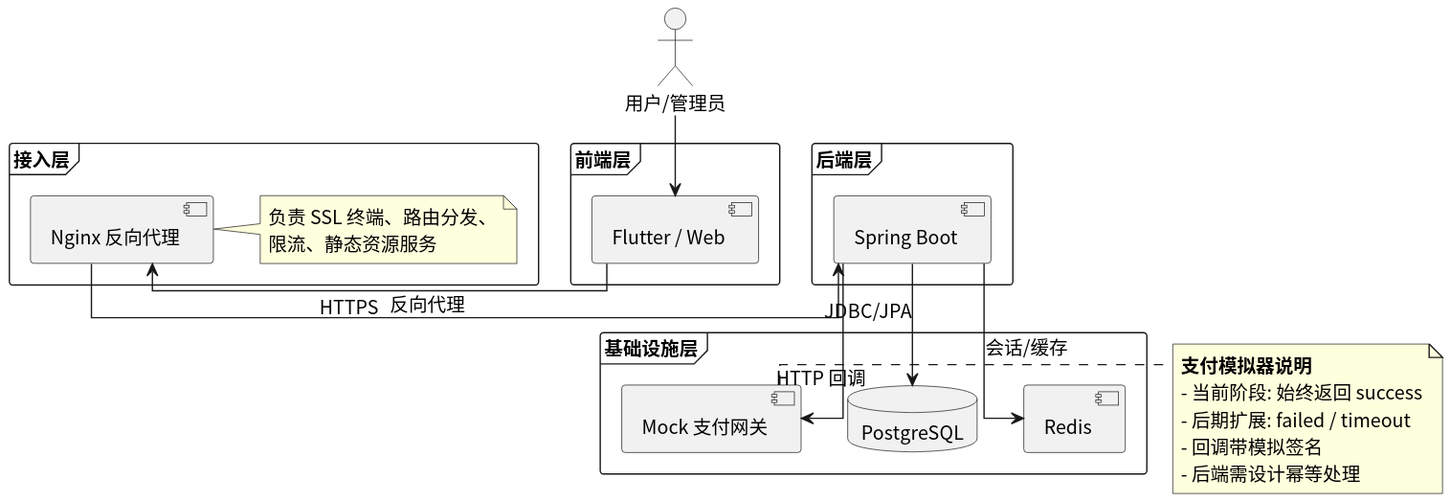
Above: usecase/docs/containerd/img/deployment_overview.svg in greenhandzdl/charging-station-doc (PlantUML), before the change.
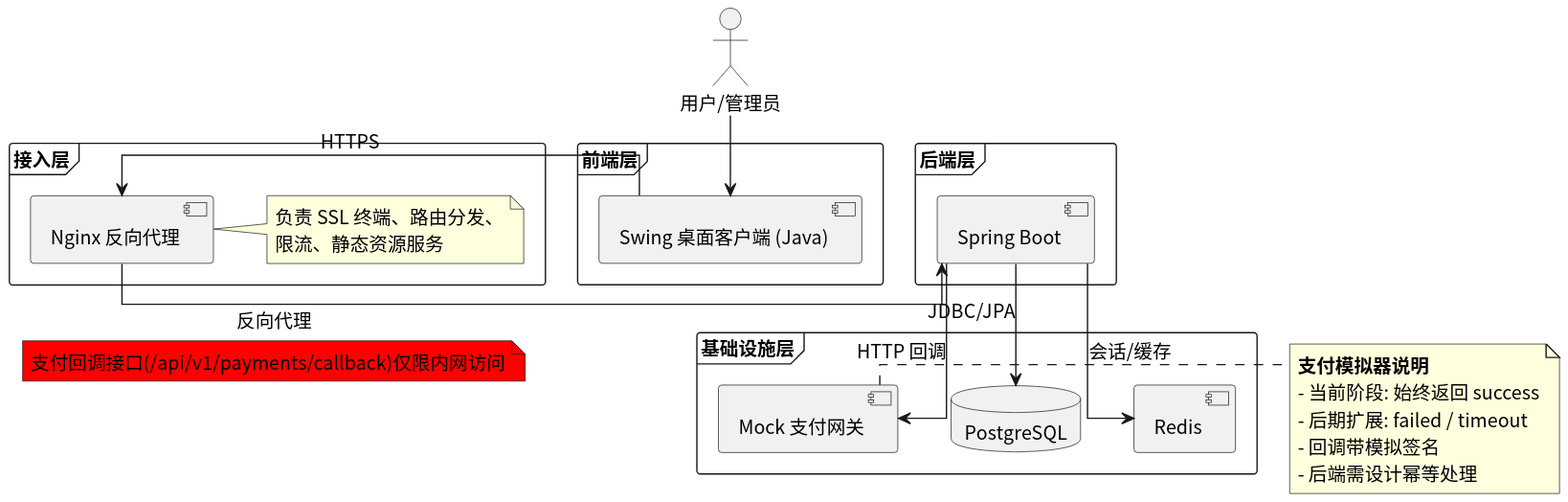
After the change.

Diff of the diagram source:
```diff
@@ -6,7 +6,7 @@
 actor "用户/管理员" as UA
 
 frame "前端层" {
-  component "Flutter / Web" as FE
+  component "Swing 桌面客户端 (Java)" as FE
 }
 
 frame "接入层" {
@@ -30,6 +30,7 @@
 UA --> FE
 FE -right-> NGX : HTTPS
 NGX -right-> BE : 反向代理
+note on link #f00: 支付回调接口(/api/v1/payments/callback)仅限内网访问
 BE -down-> DB : JDBC/JPA
 BE -right-> MOCK : HTTP 回调
 BE -down-> CACHE : 会话/缓存
```
